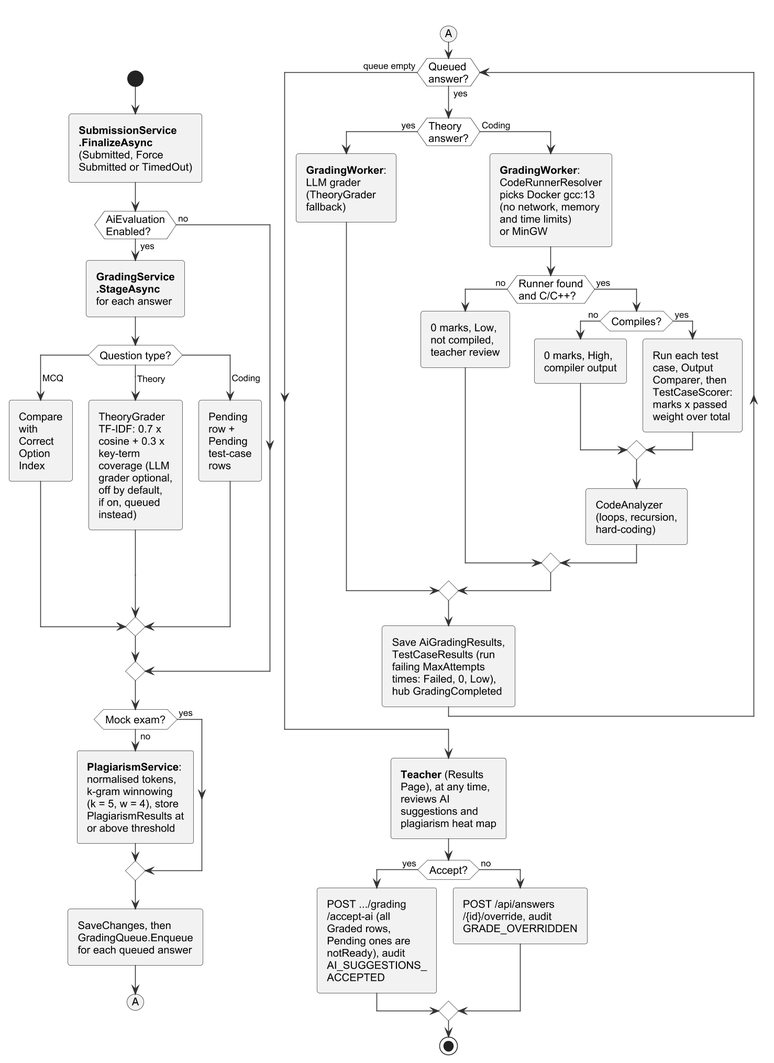
Before: important docs/fyp_doc_3chatp/Figures/activity_grading.png, a diagram exported from PlantUML (Haiderali27-hub/AI-Lab-Monitoring-).
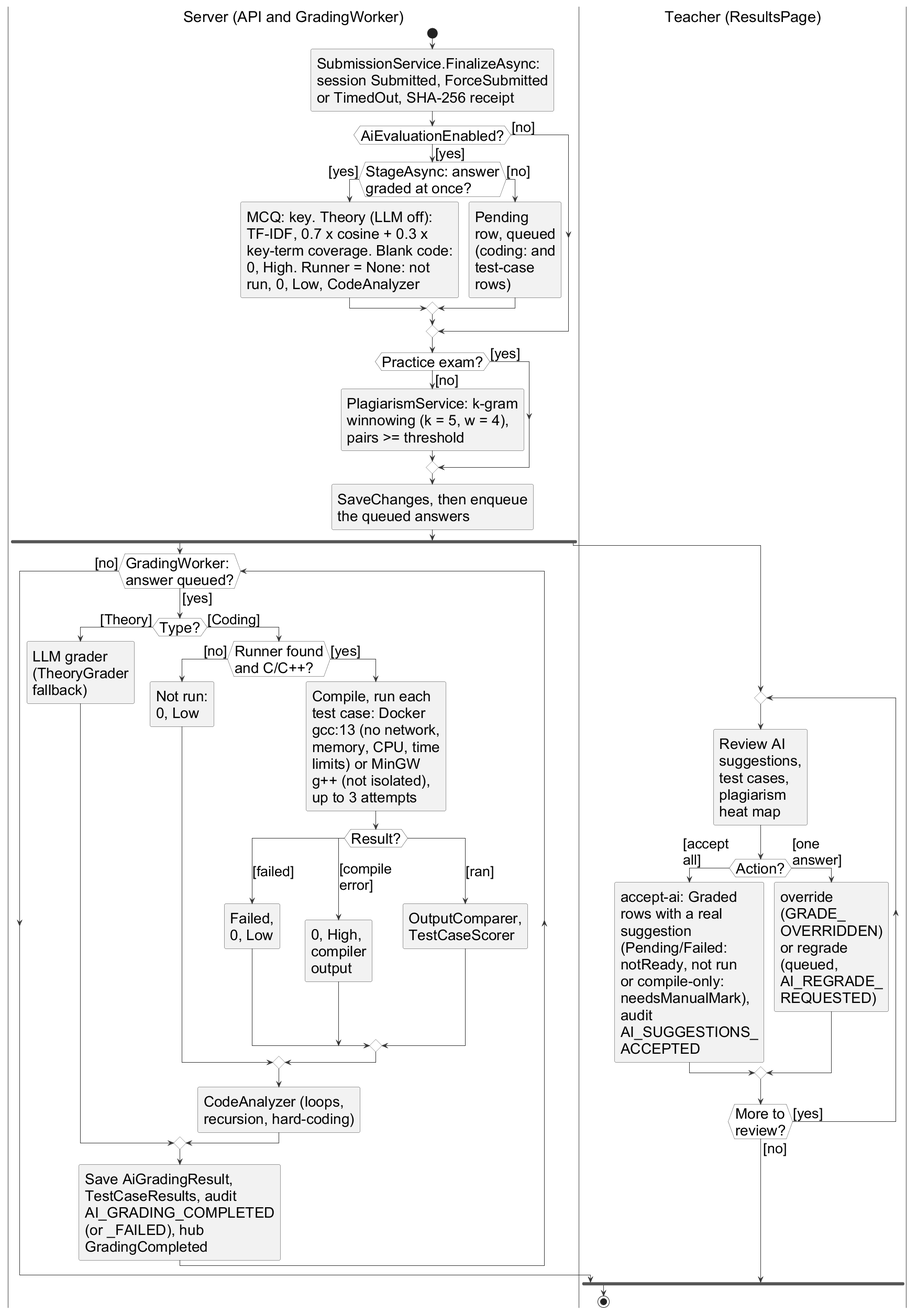
The same diagram one commit later.

The edit, as a diff of the source:
```diff
@@ -1,120 +1,111 @@
 @startuml
 !include style.iuml
-skinparam defaultFontSize 13
-skinparam ArrowFontSize 11
-
-split
-  -[hidden]->
-  start
-  :<b>SubmissionService</b>
-  <b>.FinalizeAsync</b>
-  (Submitted, Force
-  Submitted or TimedOut);
-  if (AiEvaluation\nEnabled?) then (yes)
-    :<b>GradingService</b>
-    <b>.StageAsync</b>
-    for each answer;
-    switch (Question type?)
-    case (MCQ)
-      :Compare
-      with
-      Correct
-      Option
-      Index;
-    case (Theory)
-      :TheoryGrader
-      TF-IDF: 0.7 x
-      cosine + 0.3 x
-      key-term
-      coverage (LLM
-      grader optional,
-      off by default,
-      if on, queued
-      instead);
-    case (Coding)
-      :Pending
-      row +
-      Pending
-      test-case
-      rows;
-    endswitch
-  else (no)
+skinparam dpi 96
+skinparam defaultFontSize 28
+skinparam ArrowFontSize 27
+skinparam padding 1
+skinparam swimlane {
+  BorderColor #777777
+  TitleFontSize 29
+}
+|Server (API and GradingWorker)|
+start
+:SubmissionService.FinalizeAsync:
+session Submitted, ForceSubmitted
+or TimedOut, SHA-256 receipt;
+if (AiEvaluationEnabled?) then ([yes])
+  if (StageAsync: answer\ngraded at once?) then ([yes])
+    :MCQ: key. Theory (LLM off):
+    TF-IDF, 0.7 x cosine + 0.3 x
+    key-term coverage. Blank code:
+    0, High. Runner = None: not
+    run, 0, Low, CodeAnalyzer;
+  else ([no])
+    :Pending
+    row, queued
+    (coding: and
+    test-case
+    rows);
   endif
-  if (Mock exam?) then (no)
-    :<b>PlagiarismService</b>:
-    normalised tokens,
-    k-gram winnowing
-    (k = 5, w = 4), store
-    PlagiarismResults at
-    or above threshold;
-  else (yes)
-  endif
-  :SaveChanges, then
-  GradingQueue.Enqueue
-  for each queued answer;
-  (A)
-  detach
-split again
-  -[hidden]->
-  (A)
-  while (Queued\nanswer?) is (yes)
-    if (Theory\nanswer?) then (yes)
-      :<b>GradingWorker</b>:
-      LLM grader
+else ([no])
+endif
+if (Practice exam?) then ([no])
+  :PlagiarismService: k-gram
+  winnowing (k = 5, w = 4),
+  pairs >= threshold;
+else ([yes])
+endif
+:SaveChanges, then enqueue
+the queued answers;
+fork
+  while (GradingWorker:\nanswer queued?) is ([yes])
+    if (Type?) then ([Theory])
+      :LLM grader
       (TheoryGrader
       fallback);
-    else (Coding)
-      :<b>GradingWorker</b>:
-      CodeRunnerResolver
-      picks Docker gcc:13
-      (no network, memory
-      and time limits)
-      or MinGW;
-      if (Runner found\nand C/C++?) then (no)
-        :0 marks, Low,
-        not compiled,
-        teacher review;
-      else (yes)
-        if (Compiles?) then (no)
-          :0 marks, High,
-          compiler output;
-        else (yes)
-          :Run each test
-          case, Output
-          Comparer, then
-          TestCaseScorer:
-          marks x passed
-          weight over total;
-        endif
-        :CodeAnalyzer
-        (loops, recursion,
-        hard-coding);
+    else ([Coding])
+      if (Runner found\nand C/C++?) then ([no])
+        :Not run:
+        0, Low;
+      else ([yes])
+        :Compile, run each
+        test case: Docker
+        gcc:13 (no network,
+        memory, CPU, time
+        limits) or MinGW
+        g++ (not isolated),
+        up to 3 attempts;
+        switch (Result?)
+        case ([failed])
+          :Failed,
+          0, Low;
+        case ([compile\nerror])
+          :0, High,
+          compiler
+          output;
+        case ([ran])
+          :OutputComparer,
+          TestCaseScorer;
+        endswitch
       endif
+      :CodeAnalyzer (loops,
+      recursion, hard-coding);
     endif
-    :Save AiGradingResults,
-    TestCaseResults (run
-    failing MaxAttempts
-    times: Failed, 0, Low),
-    hub GradingCompleted;
-  endwhile (queue empty)
-  :<b>Teacher</b> (Results
-  Page), at any time,
-  reviews AI
-  suggestions and
-  plagiarism heat map;
-  if (Accept?) then (yes)
-    :POST .../grading
-    /accept-ai (all
-    Graded rows,
-    Pending ones are
-    notReady), audit
-    AI_SUGGESTIONS_
-    ACCEPTED;
-  else (no)
-    :POST /api/answers
-    /{id}/override, audit
-    GRADE_OVERRIDDEN;
-  endif
-  stop
-end split
+    :Save AiGradingResult,
+    TestCaseResults, audit
+    AI_GRADING_COMPLETED
+    (or _FAILED), hub
+    GradingCompleted;
+  endwhile ([no])
+fork again
+  |Teacher (ResultsPage)|
+  repeat
+    :Review AI
+    suggestions,
+    test cases,
+    plagiarism
+    heat map;
+    if (Action?) then ([accept\nall])
+      :accept-ai: Graded
+      rows with a real
+      suggestion
+      (Pending/Failed:
+      notReady, not run
+      or compile-only:
+      needsManualMark),
+      audit
+      AI_SUGGESTIONS_
+      ACCEPTED;
+    else ([one\nanswer])
+      :override
+      (GRADE_
+      OVERRIDDEN)
+      or regrade
+      (queued,
+      AI_REGRADE_
+      REQUESTED);
+    endif
+  repeat while (More to\nreview?) is ([yes]) not ([no])
+end fork
+stop
 @enduml
```
